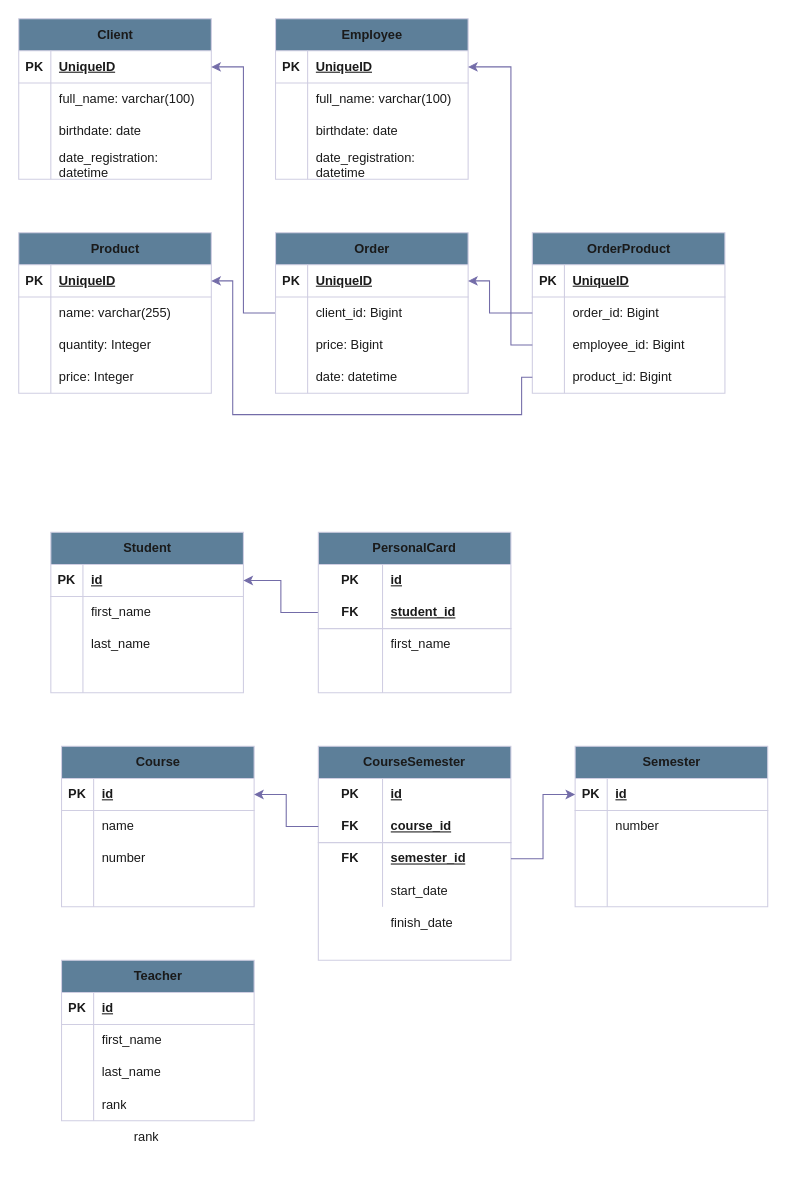
Before: page "Страница — 3" (3 of 4) of Диаграмма без названия.drawio in KmvRoman/Diagrams, a draw.io diagram. Source tidied: cells renumbered, new cells numbered last; positions are measured from the earlier drawing's top-left corner, leaving out a move shared by most shapes. Both pictures are drawn from the tidied source at 107%, with x=0, y=0 at pixel (18, 18).
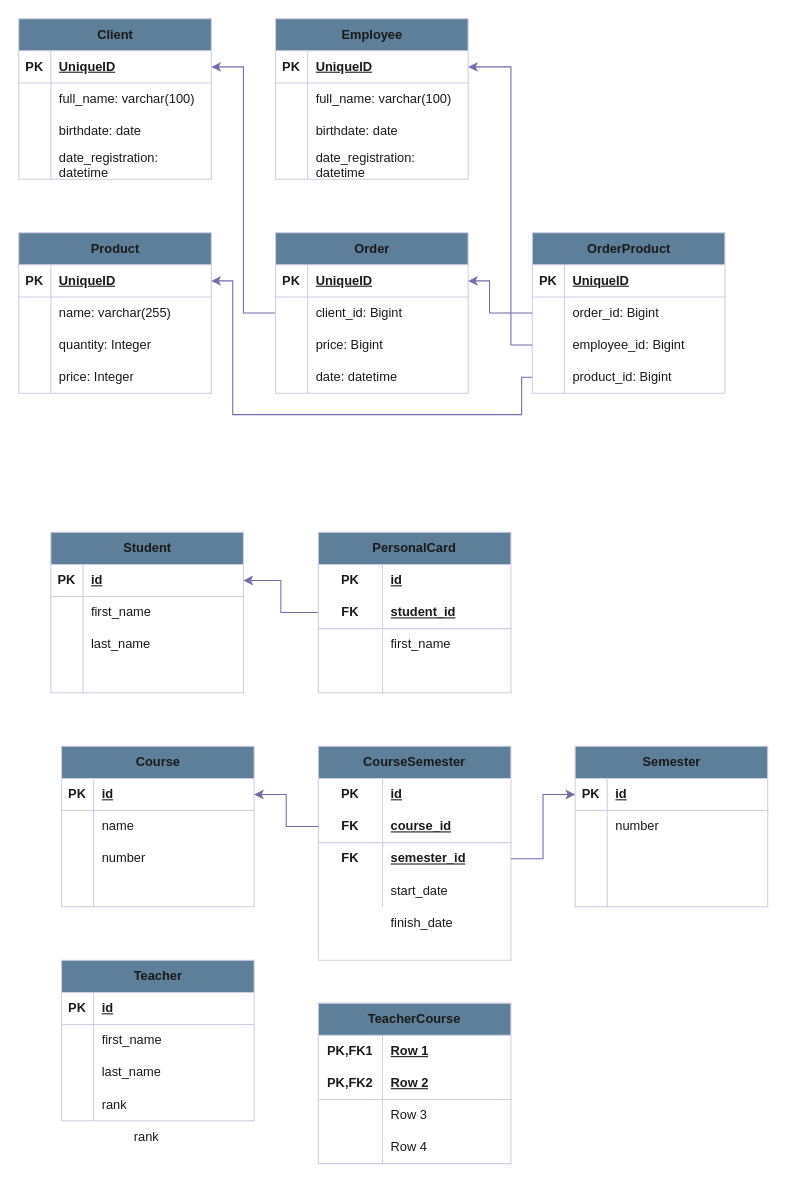
The same diagram, later.

Diff of the diagram source:
```diff
@@
+    <mxCell id="155" value="TeacherCourse" style="shape=table;startSize=30;childLayout=tableLayout;rowLines=0;fontStyle=1;align=center;html=1;whiteSpace=wrap;strokeColor=#D0CEE2;fontColor=#1A1A1A;fillColor=#5D7F99;" parent="1" vertex="1">
+      <mxGeometry x="280" y="920" width="180" height="150" as="geometry" />
+    </mxCell>
+    <mxCell id="156" style="shape=tableRow;horizontal=0;startSize=0;swimlaneHead=0;swimlaneBody=0;fillColor=none;top=0;left=0;right=0;bottom=0;html=1;strokeColor=#D0CEE2;fontColor=#1A1A1A;" parent="155" vertex="1">
+      <mxGeometry y="30" width="180" height="30" as="geometry" />
+    </mxCell>
+    <mxCell id="157" value="PK,FK1" style="shape=partialRectangle;fillColor=none;top=0;left=0;bottom=0;right=0;fontStyle=1;overflow=hidden;html=1;whiteSpace=wrap;strokeColor=#D0CEE2;fontColor=#1A1A1A;" parent="156" vertex="1">
+      <mxGeometry width="60" height="30" as="geometry" />
+    </mxCell>
+    <mxCell id="158" value="Row 1" style="shape=partialRectangle;fillColor=none;top=0;left=0;bottom=0;right=0;align=left;spacingLeft=6;fontStyle=5;overflow=hidden;html=1;whiteSpace=wrap;strokeColor=#D0CEE2;fontColor=#1A1A1A;" parent="156" vertex="1">
+      <mxGeometry x="60" width="120" height="30" as="geometry" />
+    </mxCell>
+    <mxCell id="159" style="shape=tableRow;horizontal=0;startSize=0;swimlaneHead=0;swimlaneBody=0;fillColor=none;top=0;left=0;right=0;bottom=1;html=1;strokeColor=#D0CEE2;fontColor=#1A1A1A;" parent="155" vertex="1">
+      <mxGeometry y="60" width="180" height="30" as="geometry" />
+    </mxCell>
+    <mxCell id="160" value="PK,FK2" style="shape=partialRectangle;fillColor=none;top=0;left=0;bottom=0;right=0;fontStyle=1;overflow=hidden;html=1;whiteSpace=wrap;strokeColor=#D0CEE2;fontColor=#1A1A1A;" parent="159" vertex="1">
+      <mxGeometry width="60" height="30" as="geometry" />
+    </mxCell>
+    <mxCell id="161" value="Row 2" style="shape=partialRectangle;fillColor=none;top=0;left=0;bottom=0;right=0;align=left;spacingLeft=6;fontStyle=5;overflow=hidden;html=1;whiteSpace=wrap;strokeColor=#D0CEE2;fontColor=#1A1A1A;" parent="159" vertex="1">
+      <mxGeometry x="60" width="120" height="30" as="geometry" />
+    </mxCell>
+    <mxCell id="162" style="shape=tableRow;horizontal=0;startSize=0;swimlaneHead=0;swimlaneBody=0;fillColor=none;top=0;left=0;right=0;bottom=0;html=1;strokeColor=#D0CEE2;fontColor=#1A1A1A;" parent="155" vertex="1">
+      <mxGeometry y="90" width="180" height="30" as="geometry" />
+    </mxCell>
+    <mxCell id="163" style="shape=partialRectangle;fillColor=none;top=0;left=0;bottom=0;right=0;overflow=hidden;html=1;whiteSpace=wrap;strokeColor=#D0CEE2;fontColor=#1A1A1A;" parent="162" vertex="1">
+      <mxGeometry width="60" height="30" as="geometry" />
+    </mxCell>
+    <mxCell id="164" value="Row 3" style="shape=partialRectangle;fillColor=none;top=0;left=0;bottom=0;right=0;align=left;spacingLeft=6;overflow=hidden;html=1;whiteSpace=wrap;strokeColor=#D0CEE2;fontColor=#1A1A1A;" parent="162" vertex="1">
+      <mxGeometry x="60" width="120" height="30" as="geometry" />
+    </mxCell>
+    <mxCell id="165" style="shape=tableRow;horizontal=0;startSize=0;swimlaneHead=0;swimlaneBody=0;fillColor=none;top=0;left=0;right=0;bottom=0;html=1;strokeColor=#D0CEE2;fontColor=#1A1A1A;" parent="155" vertex="1">
+      <mxGeometry y="120" width="180" height="30" as="geometry" />
+    </mxCell>
+    <mxCell id="166" style="shape=partialRectangle;fillColor=none;top=0;left=0;bottom=0;right=0;overflow=hidden;html=1;whiteSpace=wrap;strokeColor=#D0CEE2;fontColor=#1A1A1A;" parent="165" vertex="1">
+      <mxGeometry width="60" height="30" as="geometry" />
+    </mxCell>
+    <mxCell id="167" value="Row 4" style="shape=partialRectangle;fillColor=none;top=0;left=0;bottom=0;right=0;align=left;spacingLeft=6;overflow=hidden;html=1;whiteSpace=wrap;strokeColor=#D0CEE2;fontColor=#1A1A1A;" parent="165" vertex="1">
+      <mxGeometry x="60" width="120" height="30" as="geometry" />
+    </mxCell>
```
